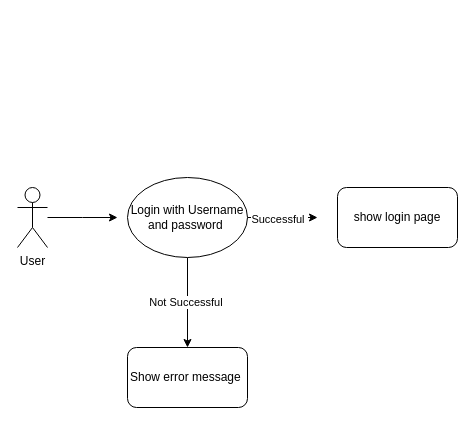
The draw.io diagram Login Diagram.drawio in Swaraj-Bharti/softwarearchitectcert, before the edit. Source tidied: cells renumbered, new cells numbered last; positions are measured from the earlier drawing's top-left corner, leaving out a move shared by most shapes. Both pictures are drawn from the tidied source at 100%, with x=0, y=0 at pixel (17, 177).
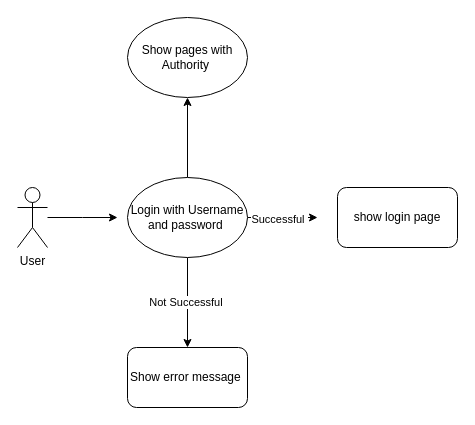
The same page after the edit.

What changed in the source:
```diff
@@
 <mxGraphModel>
   <root>
     <mxCell id="0" />
     <mxCell id="1" parent="0" />
     <mxCell id="2" style="edgeStyle=orthogonalEdgeStyle;rounded=0;jettySize=auto;html=1;" parent="1" edge="1" source="3">
       <mxGeometry relative="1" as="geometry">
         <mxPoint x="100" y="40" as="targetPoint" />
       </mxGeometry>
     </mxCell>
     <mxCell id="3" value="User" style="shape=umlActor;verticalLabelPosition=bottom;verticalAlign=top;html=1;outlineConnect=0;" parent="1" vertex="1">
       <mxGeometry y="10" width="30" height="60" as="geometry" />
     </mxCell>
     <mxCell id="4" style="edgeStyle=orthogonalEdgeStyle;rounded=0;jettySize=auto;html=1;" parent="1" edge="1" source="7">
       <mxGeometry relative="1" as="geometry">
         <mxPoint x="300" y="40" as="targetPoint" />
       </mxGeometry>
     </mxCell>
     <mxCell id="5" value="Successful&amp;nbsp;" style="edgeLabel;html=1;align=center;verticalAlign=middle;" parent="4" vertex="1">
       <mxGeometry x="-0.11" y="-1" relative="1" as="geometry" />
     </mxCell>
     <mxCell id="6" value="Not Successful&amp;nbsp;" style="edgeStyle=orthogonalEdgeStyle;rounded=0;jettySize=auto;html=1;" parent="1" edge="1" source="7" target="9">
       <mxGeometry relative="1" as="geometry" />
     </mxCell>
+    <mxCell id="10" style="edgeStyle=orthogonalEdgeStyle;rounded=0;jettySize=auto;html=1;" parent="1" edge="1" source="7" target="11">
+      <mxGeometry relative="1" as="geometry" />
+    </mxCell>
     <mxCell id="7" value="Login with Username and password&amp;nbsp;" style="ellipse;whiteSpace=wrap;html=1;" parent="1" vertex="1">
       <mxGeometry x="110" width="120" height="80" as="geometry" />
     </mxCell>
     <mxCell id="8" value="show login page" style="rounded=1;whiteSpace=wrap;html=1;" parent="1" vertex="1">
       <mxGeometry x="320" y="10" width="120" height="60" as="geometry" />
     </mxCell>
     <mxCell id="9" value="Show error message&amp;nbsp;" style="rounded=1;whiteSpace=wrap;html=1;" parent="1" vertex="1">
       <mxGeometry x="110" y="170" width="120" height="60" as="geometry" />
     </mxCell>
+    <mxCell id="11" value="Show pages with Authority&amp;nbsp;" style="ellipse;whiteSpace=wrap;html=1;" parent="1" vertex="1">
+      <mxGeometry x="110" y="-160" width="120" height="80" as="geometry" />
+    </mxCell>
   </root>
 </mxGraphModel>
```
